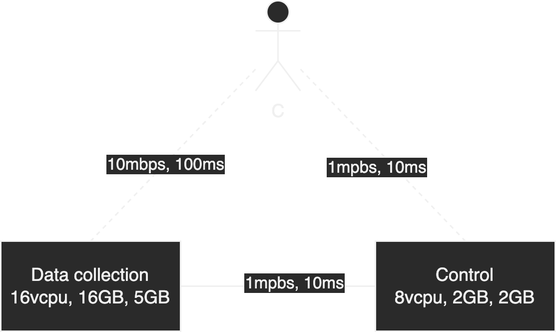
The draw.io diagram notes/images/app-iot.drawio.png in Manasvini/mesh-bw-scheduler, before a commit. Source tidied: cells renumbered, new cells last; positions are measured from the earlier drawing's top-left corner, leaving out a move shared by most shapes. Source of this version:
```xml
<mxGraphModel>
  <root>
    <mxCell id="0" />
    <mxCell id="1" parent="0" />
    <mxCell id="2" style="jettySize=auto;html=1;exitX=0;exitY=0.5;exitDx=0;exitDy=0;entryX=1;entryY=0.5;entryDx=0;entryDy=0;rounded=0;endArrow=none;endFill=0;" parent="1" edge="1" source="10" target="9">
      <mxGeometry relative="1" as="geometry" />
    </mxCell>
    <mxCell id="3" value="1mpbs, 10ms" style="edgeLabel;html=1;align=center;verticalAlign=middle;" parent="2" vertex="1">
      <mxGeometry x="-0.15" y="-3" relative="1" as="geometry" />
    </mxCell>
    <mxCell id="4" style="edgeStyle=none;rounded=0;jettySize=auto;html=1;endArrow=none;endFill=0;entryX=0.5;entryY=0;entryDx=0;entryDy=0;dashed=1;" parent="1" edge="1" source="8" target="9">
      <mxGeometry relative="1" as="geometry" />
    </mxCell>
    <mxCell id="5" value="10mbps, 100ms" style="edgeLabel;html=1;align=center;verticalAlign=middle;" parent="4" vertex="1">
      <mxGeometry x="0.1" relative="1" as="geometry" />
    </mxCell>
    <mxCell id="6" style="edgeStyle=none;rounded=0;jettySize=auto;html=1;endArrow=none;endFill=0;entryX=0.5;entryY=0;entryDx=0;entryDy=0;dashed=1;" parent="1" edge="1" source="8" target="10">
      <mxGeometry relative="1" as="geometry" />
    </mxCell>
    <mxCell id="7" value="1mpbs, 10ms" style="edgeLabel;html=1;align=center;verticalAlign=middle;" parent="6" vertex="1">
      <mxGeometry x="-0.37" y="2" relative="1" as="geometry">
        <mxPoint x="14" y="30" as="offset" />
      </mxGeometry>
    </mxCell>
    <mxCell id="8" value="C" style="shape=umlActor;verticalLabelPosition=bottom;verticalAlign=top;html=1;outlineConnect=0;" parent="1" vertex="1">
      <mxGeometry x="170" width="30" height="60" as="geometry" />
    </mxCell>
    <mxCell id="9" value="Data collection&lt;br&gt;16vcpu, 16GB, 5GB" style="rounded=0;whiteSpace=wrap;html=1;" parent="1" vertex="1">
      <mxGeometry y="160" width="120" height="60" as="geometry" />
    </mxCell>
    <mxCell id="10" value="Control&lt;br&gt;8vcpu, 2GB, 2GB" style="rounded=0;whiteSpace=wrap;html=1;" parent="1" vertex="1">
      <mxGeometry x="250" y="160" width="120" height="60" as="geometry" />
    </mxCell>
  </root>
</mxGraphModel>
```
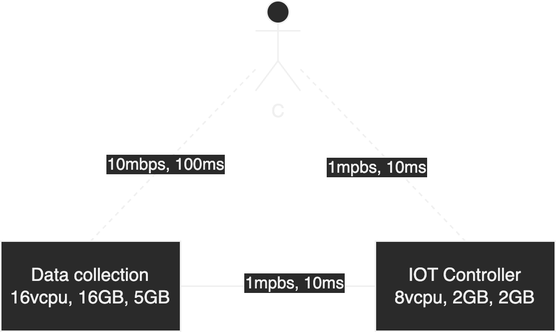
The same diagram one commit later.

Diff of the diagram source:
```diff
@@ -28,7 +28,7 @@
     <mxCell id="9" value="Data collection&lt;br&gt;16vcpu, 16GB, 5GB" style="rounded=0;whiteSpace=wrap;html=1;" parent="1" vertex="1">
       <mxGeometry y="160" width="120" height="60" as="geometry" />
     </mxCell>
-    <mxCell id="10" value="Control&lt;br&gt;8vcpu, 2GB, 2GB" style="rounded=0;whiteSpace=wrap;html=1;" parent="1" vertex="1">
+    <mxCell id="10" value="IOT Controller&lt;br&gt;8vcpu, 2GB, 2GB" style="rounded=0;whiteSpace=wrap;html=1;" parent="1" vertex="1">
       <mxGeometry x="250" y="160" width="120" height="60" as="geometry" />
     </mxCell>
   </root>
```
